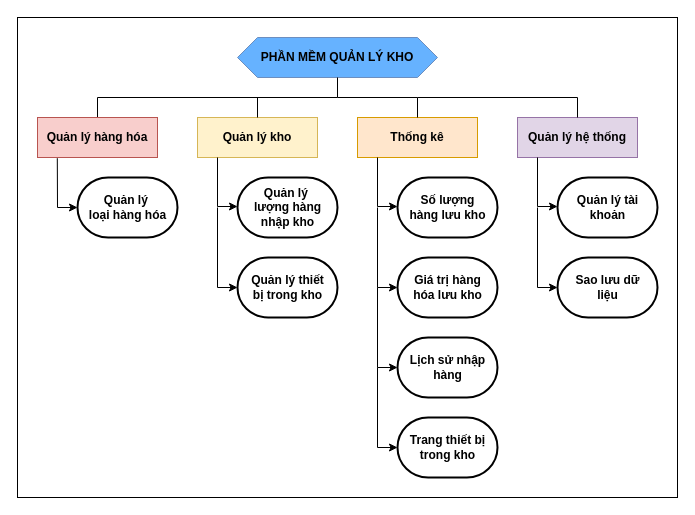
Before: Diagram/So do chuc nang.drawio in martlucky/Diagrams, a draw.io diagram. Source tidied: cells renumbered, new cells numbered last; positions are measured from the earlier drawing's top-left corner, leaving out a move shared by most shapes. Both pictures are drawn from the tidied source at 100%, with x=0, y=0 at pixel (17, 17).
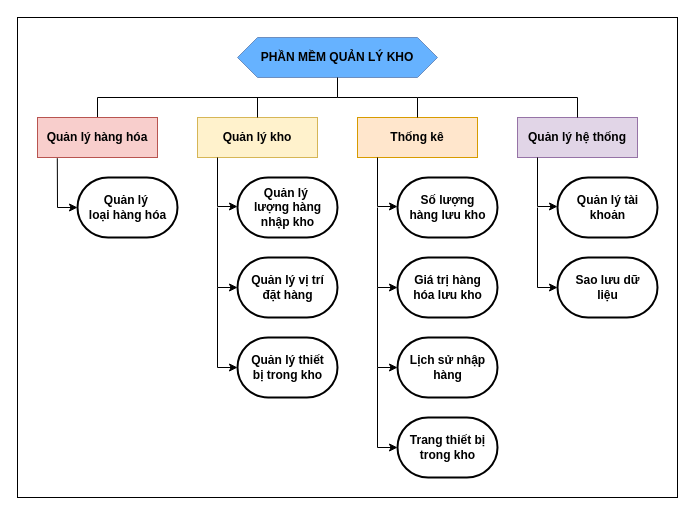
The same diagram, later.

Change to the diagram source:
```diff
@@
     <mxCell id="41" style="strokeWidth=2;html=1;shape=mxgraph.flowchart.terminator;whiteSpace=wrap;" parent="1" vertex="1">
-      <mxGeometry x="220" y="240" width="100" height="60" as="geometry" />
+      <mxGeometry x="220" y="320" width="100" height="60" as="geometry" />
     </mxCell>
     <mxCell id="42" value="Quản lý thiết bị trong kho" style="text;html=1;align=center;verticalAlign=middle;whiteSpace=wrap;rounded=0;fontStyle=1;" parent="1" vertex="1">
-      <mxGeometry x="227.5" y="255" width="85" height="30" as="geometry" />
+      <mxGeometry x="227.5" y="335" width="85" height="30" as="geometry" />
     </mxCell>
     <mxCell id="43" style="endArrow=classic;html=1;rounded=0;entryX=0;entryY=0.5;entryDx=0;entryDy=0;entryPerimeter=0;" parent="1" edge="1" target="41">
       <mxGeometry relative="1" as="geometry">
-        <mxPoint x="200" y="190" as="sourcePoint" />
+        <mxPoint x="200" y="270" as="sourcePoint" />
         <Array as="points">
-          <mxPoint x="200" y="270" />
+          <mxPoint x="200" y="350" />
         </Array>
       </mxGeometry>
     </mxCell>
+    <mxCell id="44" style="strokeWidth=2;html=1;shape=mxgraph.flowchart.terminator;whiteSpace=wrap;" parent="1" vertex="1">
+      <mxGeometry x="220" y="240" width="100" height="60" as="geometry" />
+    </mxCell>
+    <mxCell id="45" value="Quản lý vị trí đặt hàng" style="text;html=1;align=center;verticalAlign=middle;whiteSpace=wrap;rounded=0;fontStyle=1;" parent="1" vertex="1">
+      <mxGeometry x="227.5" y="255" width="85" height="30" as="geometry" />
+    </mxCell>
+    <mxCell id="46" style="endArrow=classic;html=1;rounded=0;entryX=0;entryY=0.5;entryDx=0;entryDy=0;entryPerimeter=0;" parent="1" edge="1" target="44">
+      <mxGeometry relative="1" as="geometry">
+        <mxPoint x="200" y="190" as="sourcePoint" />
+        <Array as="points">
+          <mxPoint x="200" y="270" />
+        </Array>
+      </mxGeometry>
+    </mxCell>
```
